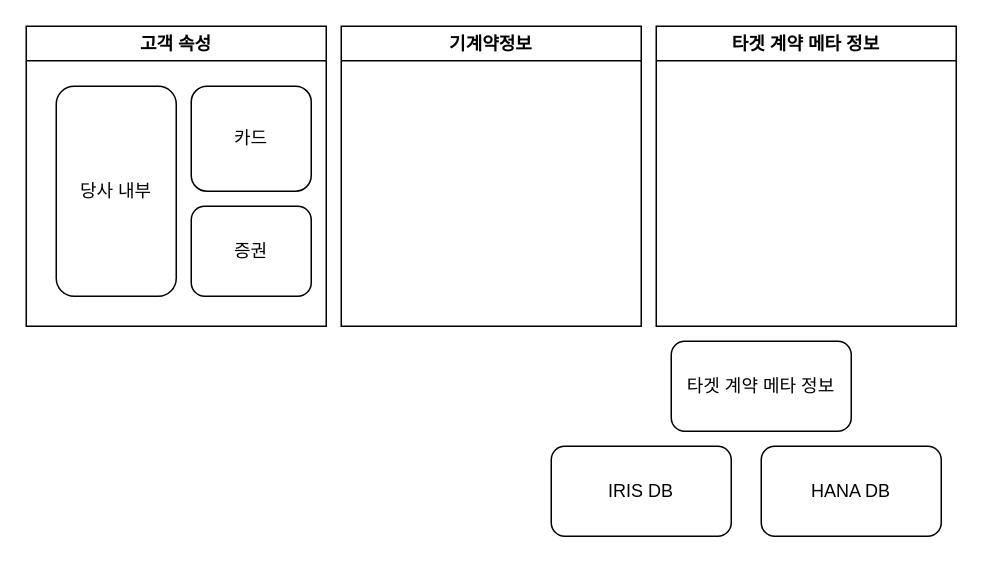
This is architecture/architecture.drawio from riverKangg/sli-product-recommendation, a draw.io file, before an edit. Source tidied: cells renumbered, new cells numbered last; positions are measured from the earlier drawing's top-left corner, leaving out a move shared by most shapes. Both pictures are drawn from the tidied source at 150%, with x=0, y=0 at pixel (26, 26).
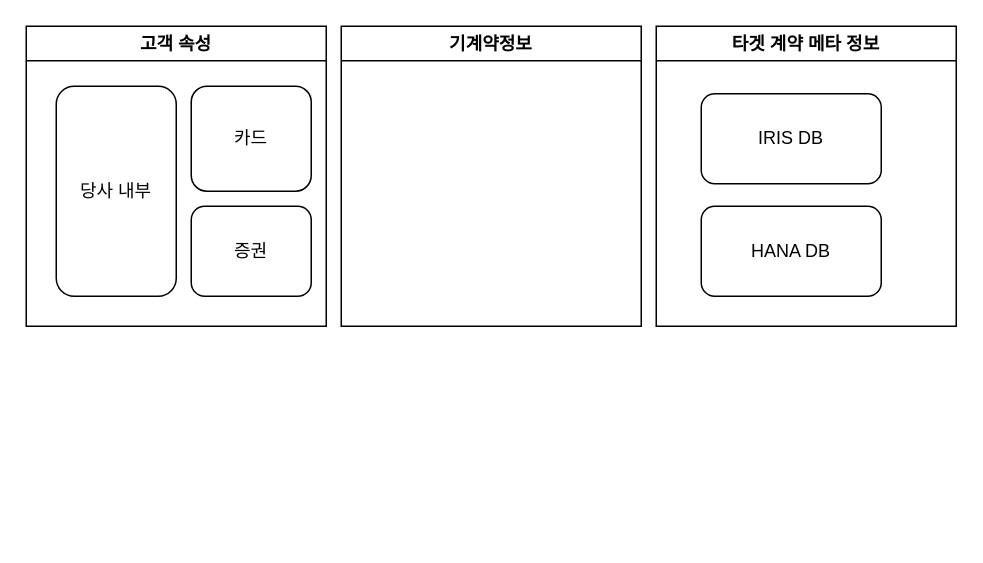
The same diagram, later.

The edit, as a diff of the source:
```diff
@@
 <mxGraphModel>
   <root>
     <mxCell id="0" />
     <mxCell id="1" parent="0" />
     <mxCell id="2" value="당사 내부" style="rounded=1;whiteSpace=wrap;html=1;" parent="1" vertex="1">
       <mxGeometry x="20" y="40" width="80" height="140" as="geometry" />
     </mxCell>
     <mxCell id="3" value="카드" style="rounded=1;whiteSpace=wrap;html=1;" parent="1" vertex="1">
       <mxGeometry x="110" y="40" width="80" height="70" as="geometry" />
     </mxCell>
     <mxCell id="4" value="증권" style="rounded=1;whiteSpace=wrap;html=1;" parent="1" vertex="1">
       <mxGeometry x="110" y="120" width="80" height="60" as="geometry" />
     </mxCell>
     <mxCell id="5" value="고객 속성" style="swimlane;whiteSpace=wrap;html=1;" parent="1" vertex="1">
       <mxGeometry width="200" height="200" as="geometry" />
     </mxCell>
     <mxCell id="6" value="기계약정보" style="swimlane;whiteSpace=wrap;html=1;" parent="1" vertex="1">
       <mxGeometry x="210" width="200" height="200" as="geometry" />
     </mxCell>
     <mxCell id="7" value="타겟 계약 메타 정보" style="swimlane;whiteSpace=wrap;html=1;" parent="1" vertex="1">
       <mxGeometry x="420" width="200" height="200" as="geometry" />
     </mxCell>
-    <mxCell id="8" value="타겟 계약 메타 정보" style="rounded=1;whiteSpace=wrap;html=1;" parent="1" vertex="1">
-      <mxGeometry x="430" y="210" width="120" height="60" as="geometry" />
-    </mxCell>
-    <mxCell id="9" value="IRIS DB" style="rounded=1;whiteSpace=wrap;html=1;" parent="1" vertex="1">
-      <mxGeometry x="350" y="280" width="120" height="60" as="geometry" />
+    <mxCell id="9" value="IRIS DB" style="rounded=1;whiteSpace=wrap;html=1;" parent="7" vertex="1">
+      <mxGeometry x="30" y="45" width="120" height="60" as="geometry" />
     </mxCell>
-    <mxCell id="10" value="HANA DB" style="rounded=1;whiteSpace=wrap;html=1;" parent="1" vertex="1">
-      <mxGeometry x="490" y="280" width="120" height="60" as="geometry" />
+    <mxCell id="10" value="HANA DB" style="rounded=1;whiteSpace=wrap;html=1;" parent="7" vertex="1">
+      <mxGeometry x="30" y="120" width="120" height="60" as="geometry" />
     </mxCell>
   </root>
 </mxGraphModel>
```
